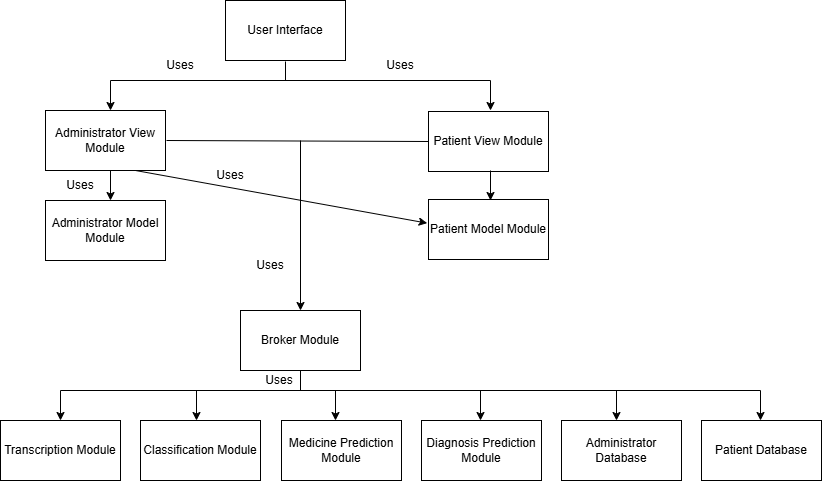
Before: docs/Design/SoftArchitecture/user-hierarchy.png, a diagram exported from draw.io (PKALXI/RapidCare). Source tidied: cells renumbered, new cells last; positions are measured from the earlier drawing's top-left corner, leaving out a move shared by most shapes.
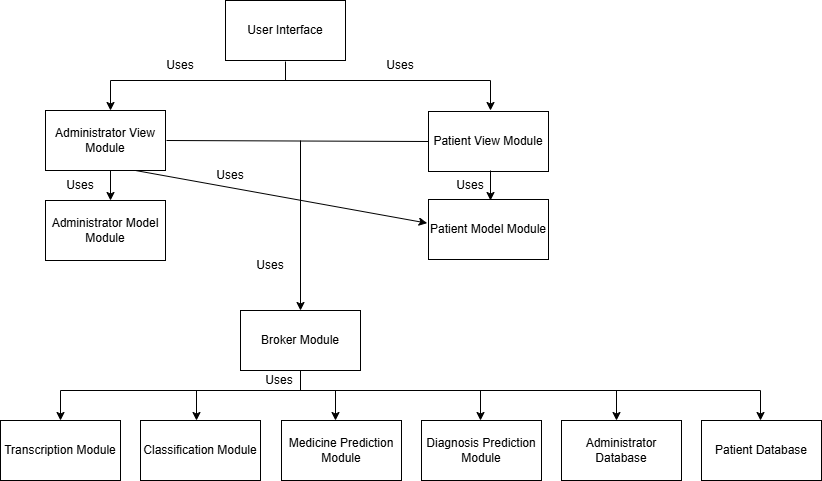
After the change.

The edit, as a diff of the source:
```diff
@@ -153,5 +153,8 @@
     <mxCell id="36" value="Uses" style="text;html=1;align=center;verticalAlign=middle;whiteSpace=wrap;rounded=0;" parent="1" vertex="1">
       <mxGeometry x="249" y="365" width="60" height="30" as="geometry" />
     </mxCell>
+    <mxCell id="37" value="Uses" style="text;html=1;align=center;verticalAlign=middle;whiteSpace=wrap;rounded=0;" parent="1" vertex="1">
+      <mxGeometry x="440" y="170" width="60" height="30" as="geometry" />
+    </mxCell>
   </root>
 </mxGraphModel>
```
